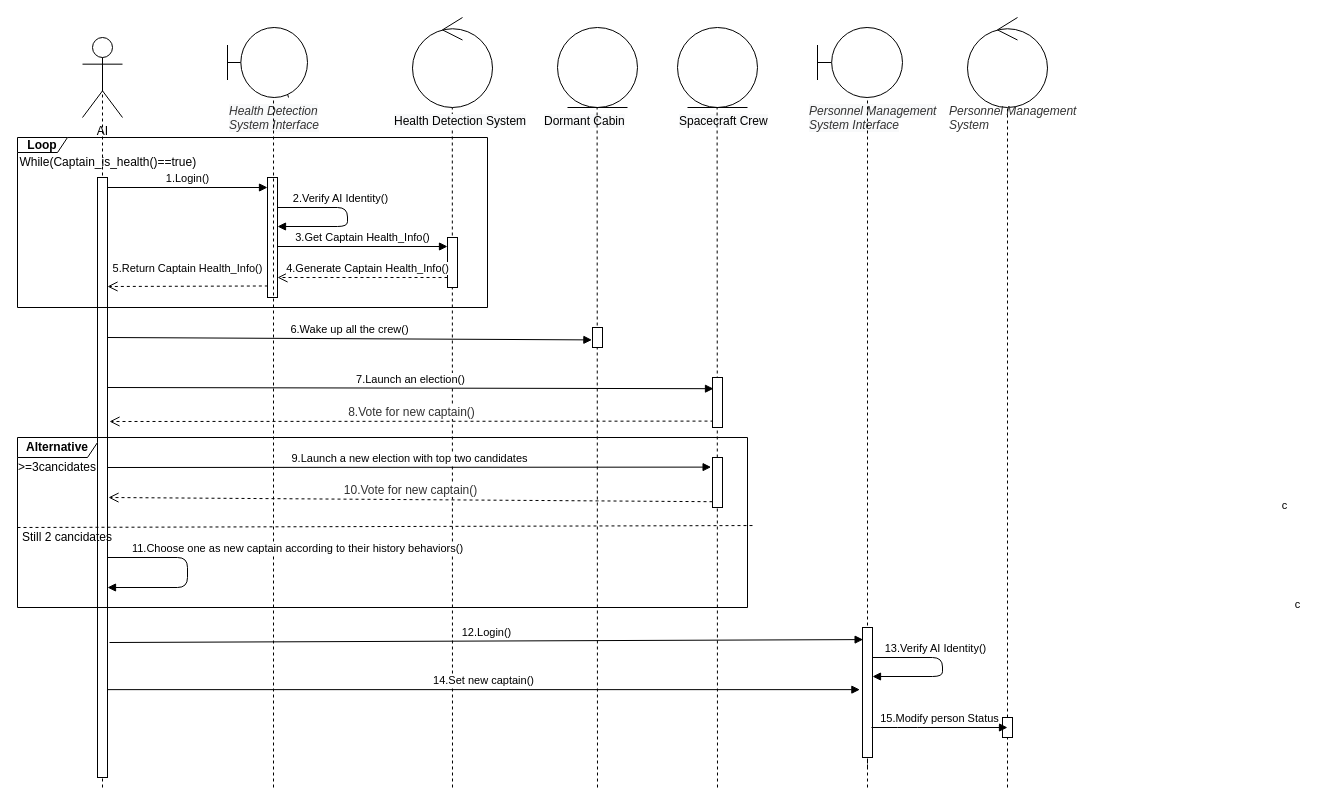
This is Untitled Diagram.drawio from DukeofCambridge/Diagrams, a draw.io file, before an edit. Source tidied: cells renumbered, new cells numbered last; positions are measured from the earlier drawing's top-left corner, leaving out a move shared by most shapes. Both pictures are drawn from the tidied source at 100%, with x=0, y=0 at pixel (17, 17).
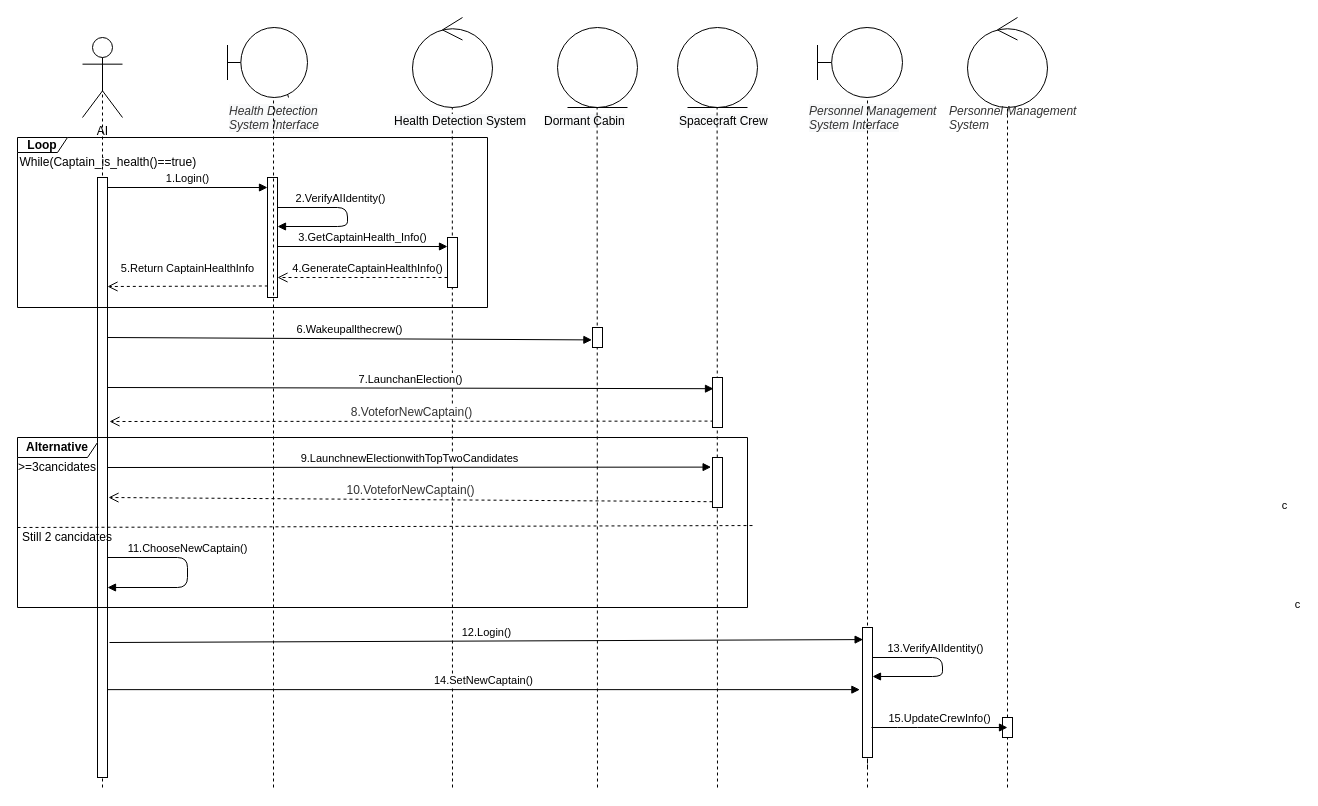
Above is the later version.

The change refers to these unchanged cells:
```xml
<mxCell id="4" style="html=1;points=[];perimeter=orthogonalPerimeter;" parent="1" vertex="1">
  <mxGeometry x="80" y="160" width="10" height="600" as="geometry" />
</mxCell>
<mxCell id="7" style="html=1;points=[];perimeter=orthogonalPerimeter;" parent="1" vertex="1">
  <mxGeometry x="250" y="160" width="10" height="120" as="geometry" />
</mxCell>
<mxCell id="24" style="html=1;points=[];perimeter=orthogonalPerimeter;" parent="1" vertex="1">
  <mxGeometry x="575" y="310" width="10" height="20" as="geometry" />
</mxCell>
<mxCell id="32" style="html=1;points=[];perimeter=orthogonalPerimeter;" parent="1" vertex="1">
  <mxGeometry x="695" y="360" width="10" height="50" as="geometry" />
</mxCell>
<mxCell id="34" style="html=1;points=[];perimeter=orthogonalPerimeter;" parent="1" vertex="1">
  <mxGeometry x="695" y="440" width="10" height="50" as="geometry" />
</mxCell>
<mxCell id="50" style="html=1;points=[];perimeter=orthogonalPerimeter;" parent="1" vertex="1">
  <mxGeometry x="985" y="700" width="10" height="20" as="geometry" />
</mxCell>
<mxCell id="52" style="html=1;points=[];perimeter=orthogonalPerimeter;" parent="1" vertex="1">
  <mxGeometry x="845" y="610" width="10" height="130" as="geometry" />
</mxCell>
```

Change to the diagram source:
```diff
@@
-    <mxCell id="9" value="2.Verify AI Identity()" style="html=1;verticalAlign=bottom;endArrow=block;" parent="1" edge="1" target="7">
+    <mxCell id="9" value="2.VerifyAIIdentity()" style="html=1;verticalAlign=bottom;endArrow=block;" parent="1" edge="1" target="7">
       <mxGeometry x="-0.21" relative="1" as="geometry">
         <mxPoint x="260" y="190" as="sourcePoint" />
         <Array as="points">
           <mxPoint x="330" y="190" />
           <mxPoint x="330" y="209" />
         </Array>
       </mxGeometry>
     </mxCell>
@@
-    <mxCell id="13" value="3.Get Captain Health_Info()" style="html=1;verticalAlign=bottom;endArrow=block;" parent="1" edge="1">
+    <mxCell id="13" value="3.GetCaptainHealth_Info()" style="html=1;verticalAlign=bottom;endArrow=block;" parent="1" edge="1">
       <mxGeometry relative="1" as="geometry">
         <mxPoint x="260" y="229" as="sourcePoint" />
         <mxPoint x="430" y="229" as="targetPoint" />
       </mxGeometry>
     </mxCell>
-    <mxCell id="14" value="4.Generate Captain Health_Info()" style="html=1;verticalAlign=bottom;endArrow=open;dashed=1;endSize=8;" parent="1" edge="1">
+    <mxCell id="14" value="4.GenerateCaptainHealthInfo()" style="html=1;verticalAlign=bottom;endArrow=open;dashed=1;endSize=8;" parent="1" edge="1">
       <mxGeometry x="-0.06" relative="1" as="geometry">
         <mxPoint x="430" y="260" as="sourcePoint" />
         <mxPoint x="260" y="260" as="targetPoint" />
       </mxGeometry>
     </mxCell>
-    <mxCell id="15" value="5.Return Captain Health_Info()" style="html=1;verticalAlign=bottom;endArrow=open;dashed=1;endSize=8;exitX=0.033;exitY=0.904;exitDx=0;exitDy=0;exitPerimeter=0;" parent="1" edge="1" source="7">
+    <mxCell id="15" value="5.Return CaptainHealthInfo" style="html=1;verticalAlign=bottom;endArrow=open;dashed=1;endSize=8;exitX=0.033;exitY=0.904;exitDx=0;exitDy=0;exitPerimeter=0;" parent="1" edge="1" source="7">
       <mxGeometry y="-9" relative="1" as="geometry">
         <mxPoint x="90" y="269" as="targetPoint" />
       </mxGeometry>
     </mxCell>
@@
-    <mxCell id="27" value="6.Wake up all the crew()" style="html=1;verticalAlign=bottom;endArrow=block;entryX=-0.06;entryY=0.62;entryDx=0;entryDy=0;entryPerimeter=0;" parent="1" edge="1" target="24">
+    <mxCell id="27" value="6.Wakeupallthecrew()" style="html=1;verticalAlign=bottom;endArrow=block;entryX=-0.06;entryY=0.62;entryDx=0;entryDy=0;entryPerimeter=0;" parent="1" edge="1" target="24">
       <mxGeometry relative="1" as="geometry">
         <mxPoint x="90" y="320" as="sourcePoint" />
       </mxGeometry>
     </mxCell>
-    <mxCell id="28" value="&lt;span data-lucid-content=&quot;{&amp;#34;t&amp;#34;:&amp;#34;Vote for new captain&amp;#34;,&amp;#34;m&amp;#34;:[{&amp;#34;s&amp;#34;:0,&amp;#34;n&amp;#34;:&amp;#34;a&amp;#34;,&amp;#34;v&amp;#34;:&amp;#34;center&amp;#34;},{&amp;#34;s&amp;#34;:0,&amp;#34;n&amp;#34;:&amp;#34;f&amp;#34;,&amp;#34;v&amp;#34;:&amp;#34;Liberation Serif&amp;#34;,&amp;#34;e&amp;#34;:20},{&amp;#34;s&amp;#34;:0,&amp;#34;n&amp;#34;:&amp;#34;s&amp;#34;,&amp;#34;v&amp;#34;:22.44444444444444,&amp;#34;e&amp;#34;:20},{&amp;#34;s&amp;#34;:0,&amp;#34;n&amp;#34;:&amp;#34;c&amp;#34;,&amp;#34;v&amp;#34;:&amp;#34;333333ff&amp;#34;,&amp;#34;e&amp;#34;:20}]}&quot;&gt;&lt;span style=&quot;color: rgb(51 , 51 , 51)&quot;&gt;&lt;font style=&quot;font-size: 12px&quot;&gt;8.Vote for new captain()&lt;/font&gt;&lt;/span&gt;&lt;/span&gt;" style="html=1;verticalAlign=bottom;endArrow=open;dashed=1;endSize=8;exitX=0.1;exitY=0.872;exitDx=0;exitDy=0;exitPerimeter=0;" parent="1" edge="1" source="32">
+    <mxCell id="28" value="&lt;span data-lucid-content=&quot;{&amp;#34;t&amp;#34;:&amp;#34;Vote for new captain&amp;#34;,&amp;#34;m&amp;#34;:[{&amp;#34;s&amp;#34;:0,&amp;#34;n&amp;#34;:&amp;#34;a&amp;#34;,&amp;#34;v&amp;#34;:&amp;#34;center&amp;#34;},{&amp;#34;s&amp;#34;:0,&amp;#34;n&amp;#34;:&amp;#34;f&amp;#34;,&amp;#34;v&amp;#34;:&amp;#34;Liberation Serif&amp;#34;,&amp;#34;e&amp;#34;:20},{&amp;#34;s&amp;#34;:0,&amp;#34;n&amp;#34;:&amp;#34;s&amp;#34;,&amp;#34;v&amp;#34;:22.44444444444444,&amp;#34;e&amp;#34;:20},{&amp;#34;s&amp;#34;:0,&amp;#34;n&amp;#34;:&amp;#34;c&amp;#34;,&amp;#34;v&amp;#34;:&amp;#34;333333ff&amp;#34;,&amp;#34;e&amp;#34;:20}]}&quot;&gt;&lt;span style=&quot;color: rgb(51 , 51 , 51)&quot;&gt;&lt;font style=&quot;font-size: 12px&quot;&gt;8.VoteforNewCaptain()&lt;/font&gt;&lt;/span&gt;&lt;/span&gt;" style="html=1;verticalAlign=bottom;endArrow=open;dashed=1;endSize=8;exitX=0.1;exitY=0.872;exitDx=0;exitDy=0;exitPerimeter=0;" parent="1" edge="1" source="32">
       <mxGeometry relative="1" as="geometry">
         <mxPoint x="92" y="404" as="targetPoint" />
       </mxGeometry>
     </mxCell>
@@
-    <mxCell id="33" value="7.Launch an election()" style="html=1;verticalAlign=bottom;endArrow=block;entryX=0.1;entryY=0.224;entryDx=0;entryDy=0;entryPerimeter=0;" parent="1" edge="1" target="32">
+    <mxCell id="33" value="7.LaunchanElection()" style="html=1;verticalAlign=bottom;endArrow=block;entryX=0.1;entryY=0.224;entryDx=0;entryDy=0;entryPerimeter=0;" parent="1" edge="1" target="32">
       <mxGeometry relative="1" as="geometry">
         <mxPoint x="90" y="370" as="sourcePoint" />
       </mxGeometry>
     </mxCell>
@@
-    <mxCell id="35" value="9.Launch a new election with top two candidates" style="html=1;verticalAlign=bottom;endArrow=block;entryX=-0.14;entryY=0.192;entryDx=0;entryDy=0;entryPerimeter=0;" parent="1" edge="1" target="34">
+    <mxCell id="35" value="9.LaunchnewElectionwithTopTwoCandidates" style="html=1;verticalAlign=bottom;endArrow=block;entryX=-0.14;entryY=0.192;entryDx=0;entryDy=0;entryPerimeter=0;" parent="1" edge="1" target="34">
       <mxGeometry relative="1" as="geometry">
         <mxPoint x="90" y="450" as="sourcePoint" />
       </mxGeometry>
     </mxCell>
-    <mxCell id="36" value="&lt;span data-lucid-content=&quot;{&amp;#34;t&amp;#34;:&amp;#34;Vote for new captain&amp;#34;,&amp;#34;m&amp;#34;:[{&amp;#34;s&amp;#34;:0,&amp;#34;n&amp;#34;:&amp;#34;a&amp;#34;,&amp;#34;v&amp;#34;:&amp;#34;center&amp;#34;},{&amp;#34;s&amp;#34;:0,&amp;#34;n&amp;#34;:&amp;#34;f&amp;#34;,&amp;#34;v&amp;#34;:&amp;#34;Liberation Serif&amp;#34;,&amp;#34;e&amp;#34;:20},{&amp;#34;s&amp;#34;:0,&amp;#34;n&amp;#34;:&amp;#34;s&amp;#34;,&amp;#34;v&amp;#34;:22.44444444444444,&amp;#34;e&amp;#34;:20},{&amp;#34;s&amp;#34;:0,&amp;#34;n&amp;#34;:&amp;#34;c&amp;#34;,&amp;#34;v&amp;#34;:&amp;#34;333333ff&amp;#34;,&amp;#34;e&amp;#34;:20}]}&quot;&gt;&lt;span style=&quot;color: rgb(51 , 51 , 51)&quot;&gt;&lt;font style=&quot;font-size: 12px&quot;&gt;10.Vote for new captain()&lt;/font&gt;&lt;/span&gt;&lt;/span&gt;" style="html=1;verticalAlign=bottom;endArrow=open;dashed=1;endSize=8;exitX=0.1;exitY=0.872;exitDx=0;exitDy=0;exitPerimeter=0;entryX=1.2;entryY=0.57;entryDx=0;entryDy=0;entryPerimeter=0;" parent="1" edge="1">
+    <mxCell id="36" value="&lt;span data-lucid-content=&quot;{&amp;#34;t&amp;#34;:&amp;#34;Vote for new captain&amp;#34;,&amp;#34;m&amp;#34;:[{&amp;#34;s&amp;#34;:0,&amp;#34;n&amp;#34;:&amp;#34;a&amp;#34;,&amp;#34;v&amp;#34;:&amp;#34;center&amp;#34;},{&amp;#34;s&amp;#34;:0,&amp;#34;n&amp;#34;:&amp;#34;f&amp;#34;,&amp;#34;v&amp;#34;:&amp;#34;Liberation Serif&amp;#34;,&amp;#34;e&amp;#34;:20},{&amp;#34;s&amp;#34;:0,&amp;#34;n&amp;#34;:&amp;#34;s&amp;#34;,&amp;#34;v&amp;#34;:22.44444444444444,&amp;#34;e&amp;#34;:20},{&amp;#34;s&amp;#34;:0,&amp;#34;n&amp;#34;:&amp;#34;c&amp;#34;,&amp;#34;v&amp;#34;:&amp;#34;333333ff&amp;#34;,&amp;#34;e&amp;#34;:20}]}&quot;&gt;&lt;span style=&quot;color: rgb(51 , 51 , 51)&quot;&gt;&lt;font style=&quot;font-size: 12px&quot;&gt;10.&lt;/font&gt;&lt;/span&gt;&lt;/span&gt;&lt;span style=&quot;color: rgb(51 , 51 , 51) ; font-size: 12px&quot;&gt;VoteforNewCaptain()&lt;/span&gt;" style="html=1;verticalAlign=bottom;endArrow=open;dashed=1;endSize=8;exitX=0.1;exitY=0.872;exitDx=0;exitDy=0;exitPerimeter=0;entryX=1.2;entryY=0.57;entryDx=0;entryDy=0;entryPerimeter=0;" parent="1" edge="1">
       <mxGeometry relative="1" as="geometry">
         <mxPoint x="695" y="484.2" as="sourcePoint" />
         <mxPoint x="91" y="480" as="targetPoint" />
       </mxGeometry>
     </mxCell>
@@
-    <mxCell id="39" value="11.Choose one as new captain according to their history behaviors()" style="html=1;verticalAlign=bottom;endArrow=block;" parent="1" edge="1">
-      <mxGeometry x="-0.16" y="110" relative="1" as="geometry">
+    <mxCell id="39" value="11.ChooseNewCaptain()" style="html=1;verticalAlign=bottom;endArrow=block;" parent="1" edge="1">
+      <mxGeometry x="-0.16" relative="1" as="geometry">
         <mxPoint x="90" y="540" as="sourcePoint" />
         <mxPoint x="90" y="570" as="targetPoint" />
         <Array as="points">
           <mxPoint x="170" y="540" />
           <mxPoint x="170" y="570" />
         </Array>
       </mxGeometry>
     </mxCell>
@@
-    <mxCell id="45" value="13.Verify AI Identity()" style="html=1;verticalAlign=bottom;endArrow=block;" parent="1" edge="1">
+    <mxCell id="45" value="13.VerifyAIIdentity()" style="html=1;verticalAlign=bottom;endArrow=block;" parent="1" edge="1">
       <mxGeometry x="-0.21" relative="1" as="geometry">
         <mxPoint x="855" y="640" as="sourcePoint" />
         <mxPoint x="855" y="659" as="targetPoint" />
         <Array as="points">
           <mxPoint x="925" y="640" />
           <mxPoint x="925" y="659" />
         </Array>
       </mxGeometry>
     </mxCell>
-    <mxCell id="46" value="14.Set new captain()" style="html=1;verticalAlign=bottom;endArrow=block;entryX=-0.26;entryY=0.478;entryDx=0;entryDy=0;entryPerimeter=0;" parent="1" edge="1" source="4" target="52">
+    <mxCell id="46" value="14.SetNewCaptain()" style="html=1;verticalAlign=bottom;endArrow=block;entryX=-0.26;entryY=0.478;entryDx=0;entryDy=0;entryPerimeter=0;" parent="1" edge="1" source="4" target="52">
       <mxGeometry relative="1" as="geometry" />
     </mxCell>
@@
-    <mxCell id="53" value="15.Modify person Status" style="html=1;verticalAlign=bottom;endArrow=block;entryX=0.5;entryY=0.5;entryDx=0;entryDy=0;entryPerimeter=0;" parent="1" edge="1" target="50">
+    <mxCell id="53" value="15.UpdateCrewInfo()" style="html=1;verticalAlign=bottom;endArrow=block;entryX=0.5;entryY=0.5;entryDx=0;entryDy=0;entryPerimeter=0;" parent="1" edge="1" target="50">
       <mxGeometry relative="1" as="geometry">
         <mxPoint x="854" y="710" as="sourcePoint" />
         <Array as="points">
           <mxPoint x="890" y="710" />
         </Array>
       </mxGeometry>
     </mxCell>
```
